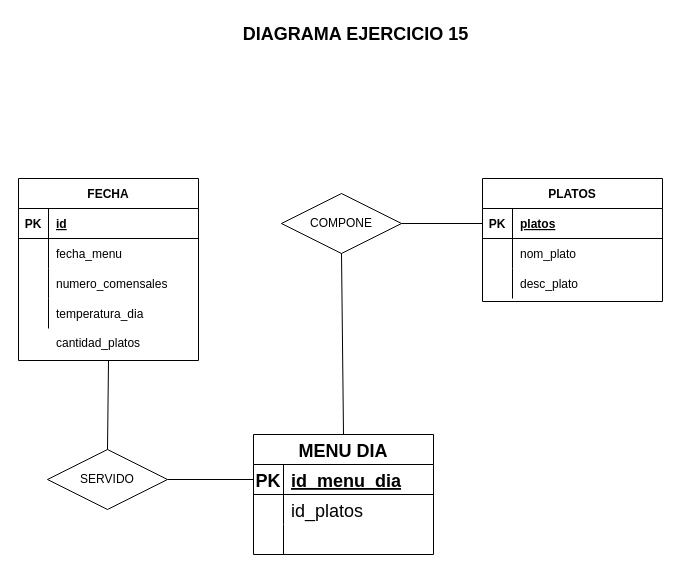
Before: ex15.drawio in JuanMarinG/TA12_MYSQL, a draw.io diagram. Source tidied: cells renumbered, new cells numbered last; positions are measured from the earlier drawing's top-left corner, leaving out a move shared by most shapes. Both pictures are drawn from the tidied source at 100%, with x=0, y=0 at pixel (18, 17).
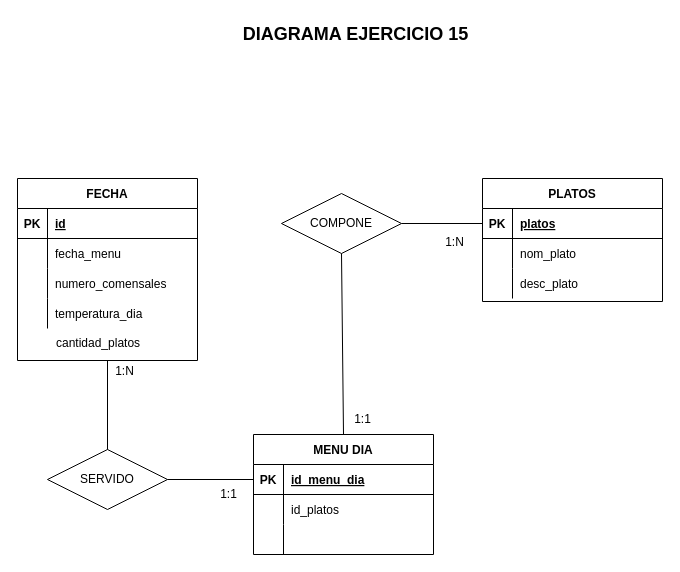
After the change.

The change refers to these unchanged cells:
```xml
<mxCell id="32" style="shape=tableRow;horizontal=0;startSize=0;swimlaneHead=0;swimlaneBody=0;fillColor=none;points=[[0,0.5],[1,0.5]];portConstraint=eastwest;top=0;left=0;right=0;bottom=1;fontSize=18;" parent="31" vertex="1">
  <mxGeometry y="30" width="180" height="30" as="geometry" />
</mxCell>
<mxCell id="35" style="shape=tableRow;horizontal=0;startSize=0;swimlaneHead=0;swimlaneBody=0;fillColor=none;top=0;left=0;right=0;bottom=0;fontSize=18;" parent="31" vertex="1">
  <mxGeometry y="60" width="180" height="30" as="geometry" />
</mxCell>
```

Change to the diagram source:
```diff
@@
     <mxCell id="2" value="FECHA" style="shape=table;startSize=30;childLayout=tableLayout;rowLines=0;fontStyle=1;align=center;" parent="1" vertex="1">
-      <mxGeometry y="161" width="180" height="182" as="geometry" />
+      <mxGeometry x="-1" y="161" width="180" height="182" as="geometry" />
     </mxCell>
@@
-    <mxCell id="31" value="MENU DIA" style="shape=table;startSize=30;childLayout=tableLayout;rowLines=0;fontStyle=1;align=center;fontSize=18;" parent="1" vertex="1">
+    <mxCell id="31" value="MENU DIA" style="shape=table;startSize=30;childLayout=tableLayout;rowLines=0;fontStyle=1;align=center;fontSize=12;" parent="1" vertex="1">
       <mxGeometry x="235" y="417" width="180" height="120" as="geometry" />
     </mxCell>
@@
-    <mxCell id="33" value="PK" style="shape=partialRectangle;fillColor=none;top=0;left=0;bottom=0;right=0;fontStyle=1;overflow=hidden;fontSize=18;" parent="32" vertex="1">
+    <mxCell id="33" value="PK" style="shape=partialRectangle;fillColor=none;top=0;left=0;bottom=0;right=0;fontStyle=1;overflow=hidden;fontSize=12;" parent="32" vertex="1">
       <mxGeometry width="30" height="30" as="geometry" />
     </mxCell>
-    <mxCell id="34" value="id_menu_dia" style="shape=partialRectangle;fillColor=none;top=0;left=0;bottom=0;right=0;align=left;spacingLeft=6;fontStyle=5;overflow=hidden;fontSize=18;" parent="32" vertex="1">
+    <mxCell id="34" value="id_menu_dia" style="shape=partialRectangle;fillColor=none;top=0;left=0;bottom=0;right=0;align=left;spacingLeft=6;fontStyle=5;overflow=hidden;fontSize=12;" parent="32" vertex="1">
       <mxGeometry x="30" width="150" height="30" as="geometry" />
     </mxCell>
@@
-    <mxCell id="37" value="id_platos" style="shape=partialRectangle;fillColor=none;top=0;left=0;bottom=0;right=0;align=left;spacingLeft=6;overflow=hidden;fontSize=18;" parent="35" vertex="1">
+    <mxCell id="37" value="id_platos" style="shape=partialRectangle;fillColor=none;top=0;left=0;bottom=0;right=0;align=left;spacingLeft=6;overflow=hidden;fontSize=12;" parent="35" vertex="1">
       <mxGeometry x="30" width="150" height="30" as="geometry" />
     </mxCell>
@@
+    <mxCell id="45" value="&lt;font style=&quot;font-size: 12px;&quot;&gt;1:N&lt;/font&gt;" style="text;html=1;align=center;verticalAlign=middle;strokeColor=none;fillColor=none;fontSize=18;" parent="1" vertex="1">
+      <mxGeometry x="417" y="205.5" width="37" height="34" as="geometry" />
+    </mxCell>
+    <mxCell id="46" value="&lt;font style=&quot;font-size: 12px;&quot;&gt;1:1&lt;/font&gt;" style="text;html=1;align=center;verticalAlign=middle;strokeColor=none;fillColor=none;fontSize=18;" parent="1" vertex="1">
+      <mxGeometry x="326" y="383" width="35" height="34" as="geometry" />
+    </mxCell>
+    <mxCell id="47" value="1:N" style="text;html=1;align=center;verticalAlign=middle;strokeColor=none;fillColor=none;fontSize=12;" parent="1" vertex="1">
+      <mxGeometry x="87" y="341" width="37" height="26" as="geometry" />
+    </mxCell>
+    <mxCell id="48" value="1:1" style="text;html=1;align=center;verticalAlign=middle;strokeColor=none;fillColor=none;fontSize=12;" parent="1" vertex="1">
+      <mxGeometry x="192" y="464" width="35" height="26" as="geometry" />
+    </mxCell>
```
